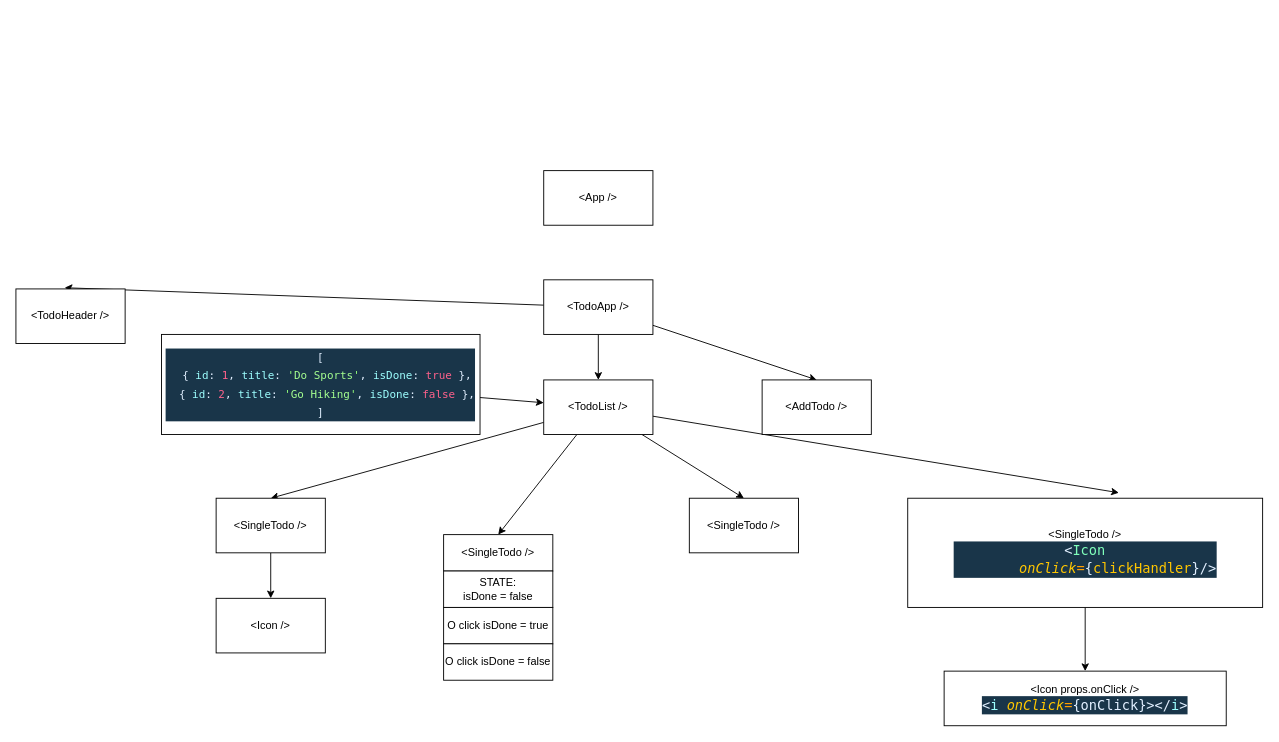
The draw.io diagram diagram.drawio in Stasysj/type8-react-06-props-forms-todo, before the edit. Source tidied: cells renumbered, new cells numbered last; positions are measured from the earlier drawing's top-left corner, leaving out a move shared by most shapes. Both pictures are drawn from the tidied source at 91%, with x=0, y=0 at pixel (15, 170).
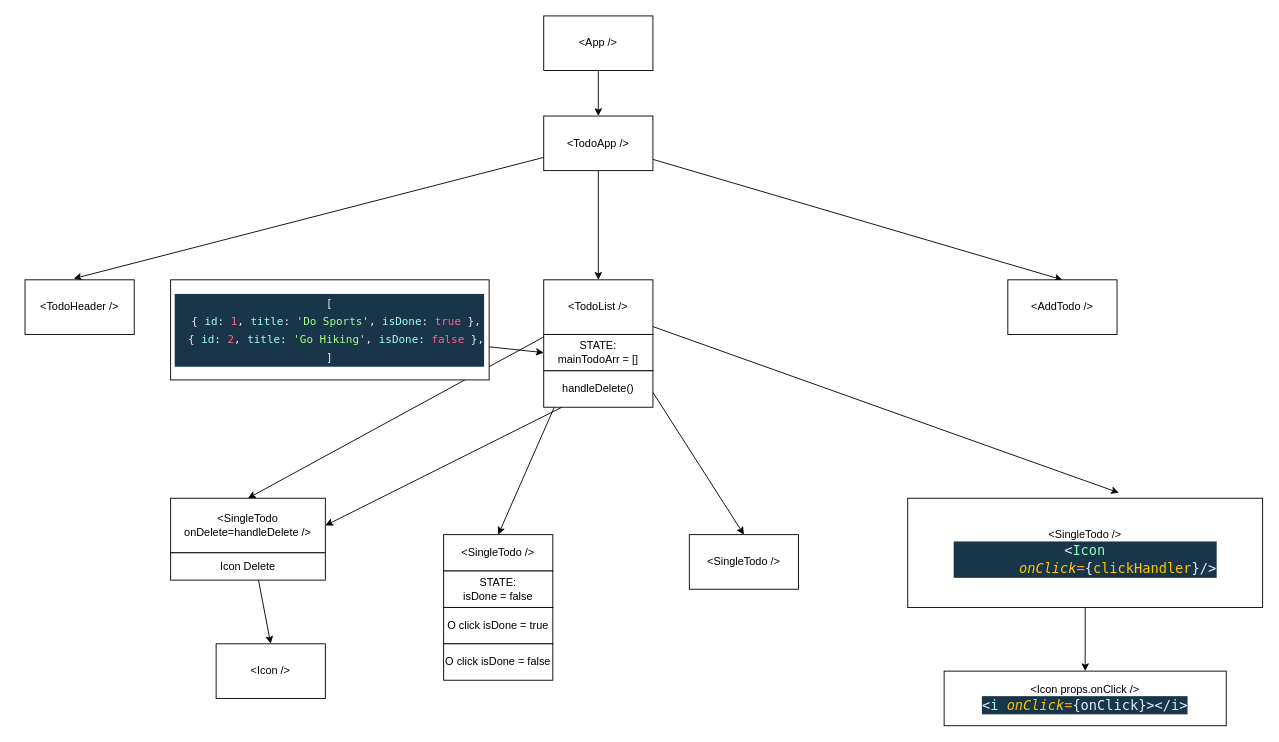
The same page after the edit.

Diff of the diagram source:
```diff
@@
+    <mxCell id="27" style="edgeStyle=none;html=1;entryX=0.5;entryY=0;entryDx=0;entryDy=0;" parent="1" edge="1" source="2" target="6">
+      <mxGeometry relative="1" as="geometry" />
+    </mxCell>
     <mxCell id="2" value="&amp;lt;App /&amp;gt;" style="rounded=0;whiteSpace=wrap;html=1;" parent="1" vertex="1">
-      <mxGeometry x="580" width="120" height="60" as="geometry" />
+      <mxGeometry x="580" y="-170" width="120" height="60" as="geometry" />
     </mxCell>
@@
     <mxCell id="6" value="&amp;lt;TodoApp /&amp;gt;" style="rounded=0;whiteSpace=wrap;html=1;" parent="1" vertex="1">
-      <mxGeometry x="580" y="120" width="120" height="60" as="geometry" />
+      <mxGeometry x="580" y="-60" width="120" height="60" as="geometry" />
     </mxCell>
     <mxCell id="7" value="&amp;lt;TodoHeader /&amp;gt;" style="rounded=0;whiteSpace=wrap;html=1;" parent="1" vertex="1">
-      <mxGeometry y="130" width="120" height="60" as="geometry" />
+      <mxGeometry x="10" y="120" width="120" height="60" as="geometry" />
     </mxCell>
@@
     <mxCell id="12" value="&amp;lt;TodoList /&amp;gt;" style="rounded=0;whiteSpace=wrap;html=1;" parent="1" vertex="1">
-      <mxGeometry x="580" y="230" width="120" height="60" as="geometry" />
+      <mxGeometry x="580" y="120" width="120" height="60" as="geometry" />
     </mxCell>
     <mxCell id="13" value="&amp;lt;AddTodo /&amp;gt;" style="rounded=0;whiteSpace=wrap;html=1;" parent="1" vertex="1">
-      <mxGeometry x="820" y="230" width="120" height="60" as="geometry" />
+      <mxGeometry x="1090" y="120" width="120" height="60" as="geometry" />
     </mxCell>
@@
-    <mxCell id="15" value="&amp;lt;SingleTodo /&amp;gt;" style="rounded=0;whiteSpace=wrap;html=1;" parent="1" vertex="1">
-      <mxGeometry x="220" y="360" width="120" height="60" as="geometry" />
+    <mxCell id="15" value="&amp;lt;SingleTodo onDelete=handleDelete /&amp;gt;" style="rounded=0;whiteSpace=wrap;html=1;" parent="1" vertex="1">
+      <mxGeometry x="170" y="360" width="170" height="60" as="geometry" />
     </mxCell>
@@
     <mxCell id="17" value="&amp;lt;SingleTodo /&amp;gt;" style="rounded=0;whiteSpace=wrap;html=1;" parent="1" vertex="1">
-      <mxGeometry x="740" y="360" width="120" height="60" as="geometry" />
+      <mxGeometry x="740" y="400" width="120" height="60" as="geometry" />
     </mxCell>
@@
     <mxCell id="20" value="&amp;lt;Icon /&amp;gt;" style="rounded=0;whiteSpace=wrap;html=1;" parent="1" vertex="1">
-      <mxGeometry x="220" y="470" width="120" height="60" as="geometry" />
+      <mxGeometry x="220" y="520" width="120" height="60" as="geometry" />
     </mxCell>
@@
-    <mxCell id="25" style="edgeStyle=none;html=1;fontSize=12;" parent="1" edge="1" source="26" target="12">
+    <mxCell id="25" style="edgeStyle=none;html=1;fontSize=12;entryX=0;entryY=0.5;entryDx=0;entryDy=0;" parent="1" edge="1" source="26" target="28">
       <mxGeometry relative="1" as="geometry" />
     </mxCell>
     <mxCell id="26" value="&lt;div style=&quot;color: rgb(255 , 255 , 255) ; background-color: rgb(25 , 53 , 73) ; font-family: &amp;#34;cascadia code&amp;#34; , &amp;#34;menlo&amp;#34; , &amp;#34;monaco&amp;#34; , &amp;#34;courier new&amp;#34; , monospace , &amp;#34;consolas&amp;#34; , &amp;#34;courier new&amp;#34; , monospace ; line-height: 20px&quot;&gt;&lt;div&gt;&lt;span style=&quot;color: #e1efff&quot;&gt;[&lt;/span&gt;&lt;/div&gt;&lt;div&gt;&lt;span style=&quot;color: #9effff&quot;&gt;&amp;nbsp; &lt;/span&gt;&lt;span style=&quot;color: #e1efff&quot;&gt;{&lt;/span&gt;&lt;span style=&quot;color: #9effff&quot;&gt; &lt;/span&gt;&lt;span style=&quot;color: #9effff&quot;&gt;id&lt;/span&gt;&lt;span style=&quot;color: #e1efff&quot;&gt;:&lt;/span&gt;&lt;span style=&quot;color: #9effff&quot;&gt; &lt;/span&gt;&lt;span style=&quot;color: #ff628c&quot;&gt;1&lt;/span&gt;&lt;span style=&quot;color: #e1efff&quot;&gt;,&lt;/span&gt;&lt;span style=&quot;color: #9effff&quot;&gt; &lt;/span&gt;&lt;span style=&quot;color: #9effff&quot;&gt;title&lt;/span&gt;&lt;span style=&quot;color: #e1efff&quot;&gt;:&lt;/span&gt;&lt;span style=&quot;color: #9effff&quot;&gt; &lt;/span&gt;&lt;span style=&quot;color: #92fc79&quot;&gt;'&lt;/span&gt;&lt;span style=&quot;color: #a5ff90&quot;&gt;Do Sports&lt;/span&gt;&lt;span style=&quot;color: #92fc79&quot;&gt;'&lt;/span&gt;&lt;span style=&quot;color: #e1efff&quot;&gt;,&lt;/span&gt;&lt;span style=&quot;color: #9effff&quot;&gt; &lt;/span&gt;&lt;span style=&quot;color: #9effff&quot;&gt;isDone&lt;/span&gt;&lt;span style=&quot;color: #e1efff&quot;&gt;:&lt;/span&gt;&lt;span style=&quot;color: #9effff&quot;&gt; &lt;/span&gt;&lt;span style=&quot;color: #ff628c&quot;&gt;true&lt;/span&gt;&lt;span style=&quot;color: #9effff&quot;&gt; &lt;/span&gt;&lt;span style=&quot;color: #e1efff&quot;&gt;},&lt;/span&gt;&lt;/div&gt;&lt;div&gt;&lt;span style=&quot;color: #9effff&quot;&gt;&amp;nbsp; &lt;/span&gt;&lt;span style=&quot;color: #e1efff&quot;&gt;{&lt;/span&gt;&lt;span style=&quot;color: #9effff&quot;&gt; &lt;/span&gt;&lt;span style=&quot;color: #9effff&quot;&gt;id&lt;/span&gt;&lt;span style=&quot;color: #e1efff&quot;&gt;:&lt;/span&gt;&lt;span style=&quot;color: #9effff&quot;&gt; &lt;/span&gt;&lt;span style=&quot;color: #ff628c&quot;&gt;2&lt;/span&gt;&lt;span style=&quot;color: #e1efff&quot;&gt;,&lt;/span&gt;&lt;span style=&quot;color: #9effff&quot;&gt; &lt;/span&gt;&lt;span style=&quot;color: #9effff&quot;&gt;title&lt;/span&gt;&lt;span style=&quot;color: #e1efff&quot;&gt;:&lt;/span&gt;&lt;span style=&quot;color: #9effff&quot;&gt; &lt;/span&gt;&lt;span style=&quot;color: #92fc79&quot;&gt;'&lt;/span&gt;&lt;span style=&quot;color: #a5ff90&quot;&gt;Go Hiking&lt;/span&gt;&lt;span style=&quot;color: #92fc79&quot;&gt;'&lt;/span&gt;&lt;span style=&quot;color: #e1efff&quot;&gt;,&lt;/span&gt;&lt;span style=&quot;color: #9effff&quot;&gt; &lt;/span&gt;&lt;span style=&quot;color: #9effff&quot;&gt;isDone&lt;/span&gt;&lt;span style=&quot;color: #e1efff&quot;&gt;:&lt;/span&gt;&lt;span style=&quot;color: #9effff&quot;&gt; &lt;/span&gt;&lt;span style=&quot;color: #ff628c&quot;&gt;false&lt;/span&gt;&lt;span style=&quot;color: #9effff&quot;&gt; &lt;/span&gt;&lt;span style=&quot;color: #e1efff&quot;&gt;},&lt;/span&gt;&lt;/div&gt;&lt;div&gt;&lt;span style=&quot;color: #e1efff&quot;&gt;]&lt;/span&gt;&lt;/div&gt;&lt;/div&gt;" style="rounded=0;whiteSpace=wrap;html=1;" parent="1" vertex="1">
-      <mxGeometry x="160" y="180" width="350" height="110" as="geometry" />
+      <mxGeometry x="170" y="120" width="350" height="110" as="geometry" />
     </mxCell>
+    <mxCell id="28" value="STATE: &lt;br&gt;mainTodoArr = []" style="rounded=0;whiteSpace=wrap;html=1;" parent="1" vertex="1">
+      <mxGeometry x="580" y="180" width="120" height="40" as="geometry" />
+    </mxCell>
+    <mxCell id="29" value="Icon Delete" style="rounded=0;whiteSpace=wrap;html=1;" parent="1" vertex="1">
+      <mxGeometry x="170" y="420" width="170" height="30" as="geometry" />
+    </mxCell>
+    <mxCell id="30" style="edgeStyle=none;html=1;entryX=1;entryY=0.5;entryDx=0;entryDy=0;" parent="1" edge="1" source="31" target="15">
+      <mxGeometry relative="1" as="geometry" />
+    </mxCell>
+    <mxCell id="31" value="handleDelete()" style="rounded=0;whiteSpace=wrap;html=1;" parent="1" vertex="1">
+      <mxGeometry x="580" y="220" width="120" height="40" as="geometry" />
+    </mxCell>
```
